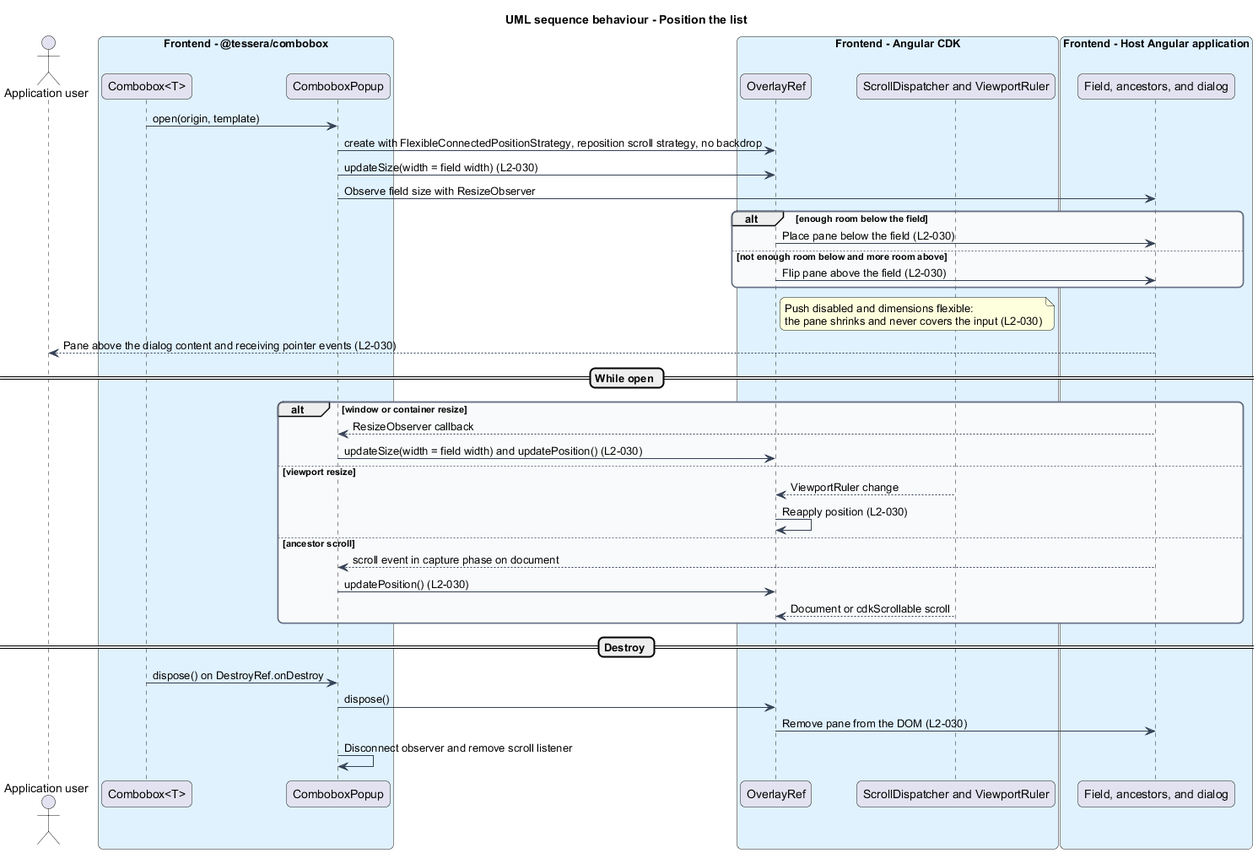
Above: docs/detailed-designs/combobox/open-and-position-list/diagrams/sequence-position.png in QuinntyneBrown/Tessera (PlantUML), before the change. The source it was exported from:
```plantuml
@startuml
title UML sequence behaviour - Position the list
skinparam backgroundColor #FFFFFF
skinparam shadowing false
skinparam roundcorner 12
skinparam defaultFontName Arial
skinparam ArrowColor #344054
skinparam rectangle {
  BorderColor #344054
  FontColor #101828
}
skinparam package {
  BorderColor #667085
  FontColor #101828
  BackgroundColor #F9FAFB
}
actor "Application user" as user
box "Frontend - @tessera/combobox" #E0F2FE
  participant "Combobox<T>" as combo
  participant "ComboboxPopup" as popup
end box
box "Frontend - Angular CDK" #E0F2FE
  participant "OverlayRef" as overlay
  participant "ScrollDispatcher and ViewportRuler" as scroll
end box
box "Frontend - Host Angular application" #E0F2FE
  participant "Field, ancestors, and dialog" as page
end box

combo -> popup : open(origin, template)
popup -> overlay : create with FlexibleConnectedPositionStrategy, reposition scroll strategy, no backdrop
popup -> overlay : updateSize(width = field width) (L2-030)
popup -> page : Observe field size with ResizeObserver
alt enough room below the field
  overlay -> page : Place pane below the field (L2-030)
else not enough room below and more room above
  overlay -> page : Flip pane above the field (L2-030)
end
note right of overlay
  Push disabled and dimensions flexible:
  the pane shrinks and never covers the input (L2-030)
end note
page --> user : Pane above the dialog content and receiving pointer events (L2-030)
== While open ==
alt window or container resize
  page --> popup : ResizeObserver callback
  popup -> overlay : updateSize(width = field width) and updatePosition() (L2-030)
else viewport resize
  scroll --> overlay : ViewportRuler change
  overlay -> overlay : Reapply position (L2-030)
else ancestor scroll
  page --> popup : scroll event in capture phase on document
  popup -> overlay : updatePosition() (L2-030)
  scroll --> overlay : Document or cdkScrollable scroll
end
== Destroy ==
combo -> popup : dispose() on DestroyRef.onDestroy
popup -> overlay : dispose()
overlay -> page : Remove pane from the DOM (L2-030)
popup -> popup : Disconnect observer and remove scroll listener
@enduml
```
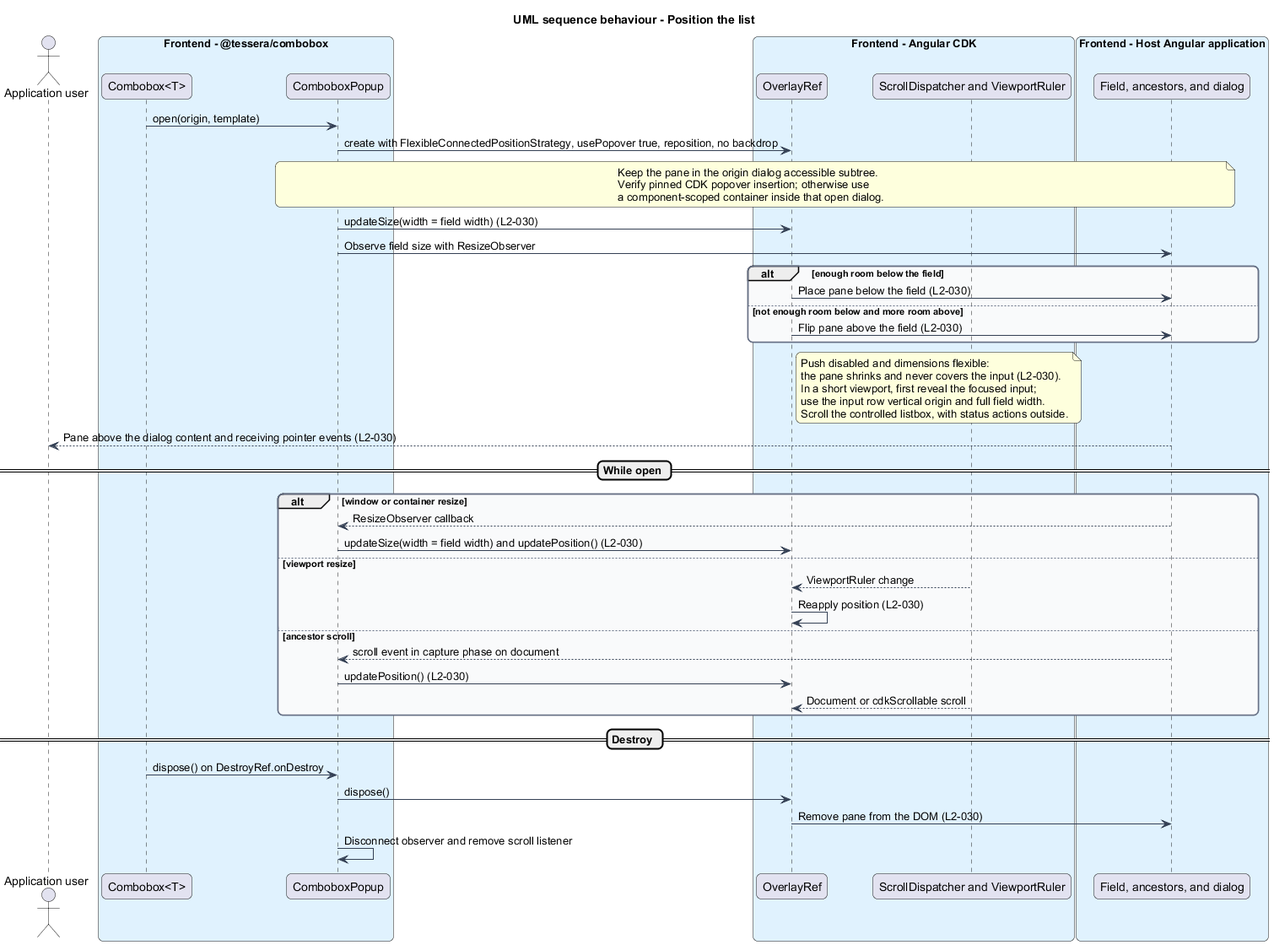
After the change.

What changed in the source:
```diff
@@ -28,7 +28,12 @@
 end box
 
 combo -> popup : open(origin, template)
-popup -> overlay : create with FlexibleConnectedPositionStrategy, reposition scroll strategy, no backdrop
+popup -> overlay : create with FlexibleConnectedPositionStrategy, usePopover true, reposition, no backdrop
+note over popup, page
+  Keep the pane in the origin dialog accessible subtree.
+  Verify pinned CDK popover insertion; otherwise use
+  a component-scoped container inside that open dialog.
+end note
 popup -> overlay : updateSize(width = field width) (L2-030)
 popup -> page : Observe field size with ResizeObserver
 alt enough room below the field
@@ -38,7 +43,10 @@
 end
 note right of overlay
   Push disabled and dimensions flexible:
-  the pane shrinks and never covers the input (L2-030)
+  the pane shrinks and never covers the input (L2-030).
+  In a short viewport, first reveal the focused input;
+  use the input row vertical origin and full field width.
+  Scroll the controlled listbox, with status actions outside.
 end note
 page --> user : Pane above the dialog content and receiving pointer events (L2-030)
 == While open ==
```
